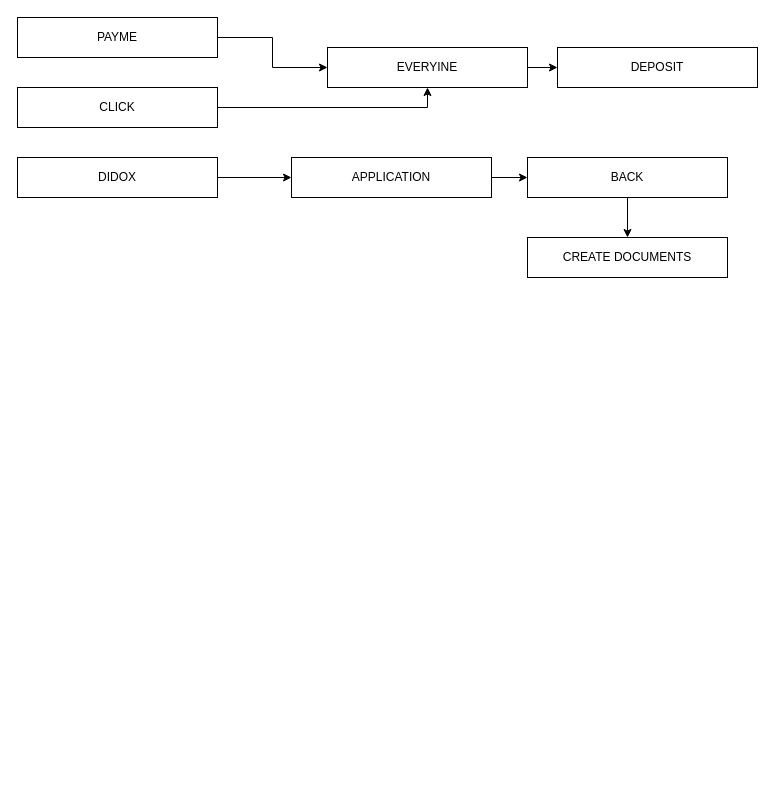
KmvRoman/Diagrams keeps this draw.io diagram as page "actions" (13 of 13) of Advertiser-Blogger.drawio. Above is the earlier version. Source tidied: cells renumbered, new cells numbered last; positions are measured from the earlier drawing's top-left corner, leaving out a move shared by most shapes. Both pictures are drawn from the tidied source at 100%, with x=0, y=0 at pixel (17, 17).
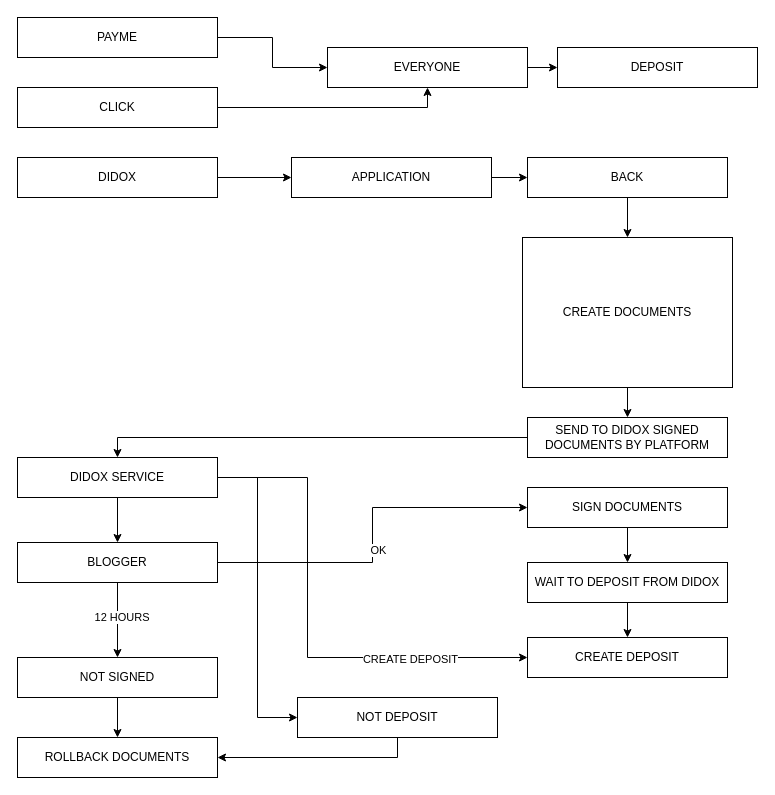
The same diagram, later.

Diff of the diagram source:
```diff
@@
-    <mxCell id="9" value="EVERYINE" style="rounded=0;whiteSpace=wrap;html=1;" parent="1" vertex="1">
+    <mxCell id="9" value="EVERYONE" style="rounded=0;whiteSpace=wrap;html=1;" parent="1" vertex="1">
       <mxGeometry x="310" y="30" width="200" height="40" as="geometry" />
     </mxCell>
@@
+    <mxCell id="16" style="edgeStyle=orthogonalEdgeStyle;rounded=0;jettySize=auto;html=1;entryX=0.5;entryY=0;entryDx=0;entryDy=0;" parent="1" edge="1" source="15" target="18">
+      <mxGeometry relative="1" as="geometry" />
+    </mxCell>
     <mxCell id="15" value="CREATE DOCUMENTS" style="rounded=0;whiteSpace=wrap;html=1;" parent="1" vertex="1">
-      <mxGeometry x="510" y="220" width="200" height="40" as="geometry" />
+      <mxGeometry x="505" y="220" width="210" height="150" as="geometry" />
     </mxCell>
+    <mxCell id="17" style="edgeStyle=orthogonalEdgeStyle;rounded=0;jettySize=auto;html=1;entryX=0.5;entryY=0;entryDx=0;entryDy=0;" parent="1" edge="1" source="18" target="23">
+      <mxGeometry relative="1" as="geometry" />
+    </mxCell>
+    <mxCell id="18" value="SEND TO DIDOX SIGNED DOCUMENTS BY PLATFORM" style="rounded=0;whiteSpace=wrap;html=1;" parent="1" vertex="1">
+      <mxGeometry x="510" y="400" width="200" height="40" as="geometry" />
+    </mxCell>
+    <mxCell id="19" style="edgeStyle=orthogonalEdgeStyle;rounded=0;jettySize=auto;html=1;entryX=0.5;entryY=0;entryDx=0;entryDy=0;" parent="1" edge="1" source="23" target="28">
+      <mxGeometry relative="1" as="geometry" />
+    </mxCell>
+    <mxCell id="20" style="edgeStyle=orthogonalEdgeStyle;rounded=0;jettySize=auto;html=1;entryX=0;entryY=0.5;entryDx=0;entryDy=0;" parent="1" edge="1" source="23" target="33">
+      <mxGeometry relative="1" as="geometry">
+        <Array as="points">
+          <mxPoint x="290" y="460" />
+          <mxPoint x="290" y="640" />
+        </Array>
+      </mxGeometry>
+    </mxCell>
+    <mxCell id="21" value="CREATE DEPOSIT" style="edgeLabel;html=1;align=center;verticalAlign=middle;" parent="20" vertex="1">
+      <mxGeometry x="0.52" y="-1" relative="1" as="geometry" />
+    </mxCell>
+    <mxCell id="22" style="edgeStyle=orthogonalEdgeStyle;rounded=0;jettySize=auto;html=1;entryX=0;entryY=0.5;entryDx=0;entryDy=0;" parent="1" edge="1" source="23" target="38">
+      <mxGeometry relative="1" as="geometry">
+        <Array as="points">
+          <mxPoint x="240" y="460" />
+          <mxPoint x="240" y="700" />
+        </Array>
+      </mxGeometry>
+    </mxCell>
+    <mxCell id="23" value="DIDOX SERVICE" style="rounded=0;whiteSpace=wrap;html=1;" parent="1" vertex="1">
+      <mxGeometry y="440" width="200" height="40" as="geometry" />
+    </mxCell>
+    <mxCell id="24" style="edgeStyle=orthogonalEdgeStyle;rounded=0;jettySize=auto;html=1;entryX=0;entryY=0.5;entryDx=0;entryDy=0;" parent="1" edge="1" source="28" target="30">
+      <mxGeometry relative="1" as="geometry" />
+    </mxCell>
+    <mxCell id="25" value="OK" style="edgeLabel;html=1;align=center;verticalAlign=middle;" parent="24" vertex="1">
+      <mxGeometry x="-0.08" y="-5" relative="1" as="geometry" />
+    </mxCell>
+    <mxCell id="26" style="edgeStyle=orthogonalEdgeStyle;rounded=0;jettySize=auto;html=1;entryX=0.5;entryY=0;entryDx=0;entryDy=0;" parent="1" edge="1" source="28" target="35">
+      <mxGeometry relative="1" as="geometry" />
+    </mxCell>
+    <mxCell id="27" value="&amp;nbsp;12 HOURS" style="edgeLabel;html=1;align=center;verticalAlign=middle;" parent="26" vertex="1">
+      <mxGeometry x="-0.09" y="2" relative="1" as="geometry" />
+    </mxCell>
+    <mxCell id="28" value="BLOGGER" style="rounded=0;whiteSpace=wrap;html=1;" parent="1" vertex="1">
+      <mxGeometry y="525" width="200" height="40" as="geometry" />
+    </mxCell>
+    <mxCell id="29" style="edgeStyle=orthogonalEdgeStyle;rounded=0;jettySize=auto;html=1;entryX=0.5;entryY=0;entryDx=0;entryDy=0;" parent="1" edge="1" source="30" target="32">
+      <mxGeometry relative="1" as="geometry" />
+    </mxCell>
+    <mxCell id="30" value="SIGN DOCUMENTS" style="rounded=0;whiteSpace=wrap;html=1;" parent="1" vertex="1">
+      <mxGeometry x="510" y="470" width="200" height="40" as="geometry" />
+    </mxCell>
+    <mxCell id="31" style="edgeStyle=orthogonalEdgeStyle;rounded=0;jettySize=auto;html=1;entryX=0.5;entryY=0;entryDx=0;entryDy=0;" parent="1" edge="1" source="32" target="33">
+      <mxGeometry relative="1" as="geometry" />
+    </mxCell>
+    <mxCell id="32" value="WAIT TO DEPOSIT FROM DIDOX" style="rounded=0;whiteSpace=wrap;html=1;" parent="1" vertex="1">
+      <mxGeometry x="510" y="545" width="200" height="40" as="geometry" />
+    </mxCell>
+    <mxCell id="33" value="CREATE DEPOSIT" style="rounded=0;whiteSpace=wrap;html=1;" parent="1" vertex="1">
+      <mxGeometry x="510" y="620" width="200" height="40" as="geometry" />
+    </mxCell>
+    <mxCell id="34" style="edgeStyle=orthogonalEdgeStyle;rounded=0;jettySize=auto;html=1;entryX=0.5;entryY=0;entryDx=0;entryDy=0;" parent="1" edge="1" source="35" target="36">
+      <mxGeometry relative="1" as="geometry" />
+    </mxCell>
+    <mxCell id="35" value="NOT SIGNED" style="rounded=0;whiteSpace=wrap;html=1;" parent="1" vertex="1">
+      <mxGeometry y="640" width="200" height="40" as="geometry" />
+    </mxCell>
+    <mxCell id="36" value="ROLLBACK DOCUMENTS" style="rounded=0;whiteSpace=wrap;html=1;" parent="1" vertex="1">
+      <mxGeometry y="720" width="200" height="40" as="geometry" />
+    </mxCell>
+    <mxCell id="37" style="edgeStyle=orthogonalEdgeStyle;rounded=0;jettySize=auto;html=1;entryX=1;entryY=0.5;entryDx=0;entryDy=0;exitX=0.5;exitY=1;exitDx=0;exitDy=0;" parent="1" edge="1" source="38" target="36">
+      <mxGeometry relative="1" as="geometry" />
+    </mxCell>
+    <mxCell id="38" value="NOT DEPOSIT" style="rounded=0;whiteSpace=wrap;html=1;" parent="1" vertex="1">
+      <mxGeometry x="280" y="680" width="200" height="40" as="geometry" />
+    </mxCell>
```
